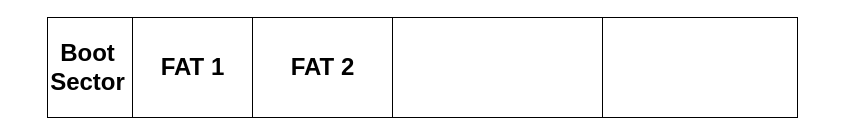
The draw.io diagram FAT_NTFS_File_Structure.drawio in jxcarlat/NTFS_FAT_File_Structure, before the edit. Source tidied: cells renumbered, new cells numbered last; positions are measured from the earlier drawing's top-left corner, leaving out a move shared by most shapes. Both pictures are drawn from the tidied source at 100%, with x=0, y=0 at pixel (47, 17).
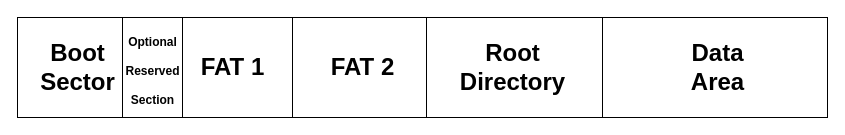
Above is the later version.

What changed in the source:
```diff
@@
 <mxGraphModel>
   <root>
     <mxCell id="0" />
     <mxCell id="1" parent="0" />
     <mxCell id="2" style="rounded=0;whiteSpace=wrap;html=1;" parent="1" vertex="1">
-      <mxGeometry width="750" height="100" as="geometry" />
+      <mxGeometry x="-30" width="810" height="100" as="geometry" />
     </mxCell>
     <mxCell id="3" style="line;strokeWidth=1;direction=south;html=1;" parent="1" vertex="1">
-      <mxGeometry x="80" width="10" height="100" as="geometry" />
+      <mxGeometry x="130" width="10" height="100" as="geometry" />
     </mxCell>
     <mxCell id="4" value="Boot&lt;br&gt;Sector" style="text;strokeColor=none;fillColor=none;html=1;fontSize=24;fontStyle=1;verticalAlign=middle;align=center;" parent="1" vertex="1">
-      <mxGeometry width="80" height="100" as="geometry" />
+      <mxGeometry x="-20" width="100" height="100" as="geometry" />
     </mxCell>
     <mxCell id="5" style="line;strokeWidth=1;direction=south;html=1;" parent="1" vertex="1">
-      <mxGeometry x="340" width="10" height="100" as="geometry" />
+      <mxGeometry x="374" width="10" height="100" as="geometry" />
     </mxCell>
     <mxCell id="6" style="line;strokeWidth=1;direction=south;html=1;" parent="1" vertex="1">
       <mxGeometry x="550" width="10" height="100" as="geometry" />
     </mxCell>
     <mxCell id="7" style="line;strokeWidth=1;direction=south;html=1;" parent="1" vertex="1">
-      <mxGeometry x="200" width="10" height="100" as="geometry" />
+      <mxGeometry x="240" width="10" height="100" as="geometry" />
     </mxCell>
     <mxCell id="8" value="FAT 1" style="text;strokeColor=none;fillColor=none;html=1;fontSize=24;fontStyle=1;verticalAlign=middle;align=center;" parent="1" vertex="1">
-      <mxGeometry x="90" width="110" height="100" as="geometry" />
+      <mxGeometry x="130" width="110" height="100" as="geometry" />
     </mxCell>
     <mxCell id="9" value="FAT 2" style="text;strokeColor=none;fillColor=none;html=1;fontSize=24;fontStyle=1;verticalAlign=middle;align=center;" parent="1" vertex="1">
-      <mxGeometry x="210" width="130" height="100" as="geometry" />
+      <mxGeometry x="250" width="130" height="100" as="geometry" />
     </mxCell>
+    <mxCell id="10" style="line;strokeWidth=1;direction=south;html=1;" parent="1" vertex="1">
+      <mxGeometry x="70" width="10" height="100" as="geometry" />
+    </mxCell>
+    <mxCell id="11" value="&lt;span style=&quot;font-size: 12px&quot;&gt;Optional&lt;br&gt;Reserved&lt;br&gt;Section&lt;br&gt;&lt;/span&gt;" style="text;strokeColor=none;fillColor=none;html=1;fontSize=24;fontStyle=1;verticalAlign=middle;align=center;" parent="1" vertex="1">
+      <mxGeometry x="70" width="70" height="100" as="geometry" />
+    </mxCell>
+    <mxCell id="12" value="Root&lt;br&gt;Directory" style="text;strokeColor=none;fillColor=none;html=1;fontSize=24;fontStyle=1;verticalAlign=middle;align=center;" parent="1" vertex="1">
+      <mxGeometry x="380" width="170" height="100" as="geometry" />
+    </mxCell>
+    <mxCell id="13" value="Data&lt;br&gt;Area" style="text;strokeColor=none;fillColor=none;html=1;fontSize=24;fontStyle=1;verticalAlign=middle;align=center;" parent="1" vertex="1">
+      <mxGeometry x="560" width="220" height="100" as="geometry" />
+    </mxCell>
   </root>
 </mxGraphModel>
```
